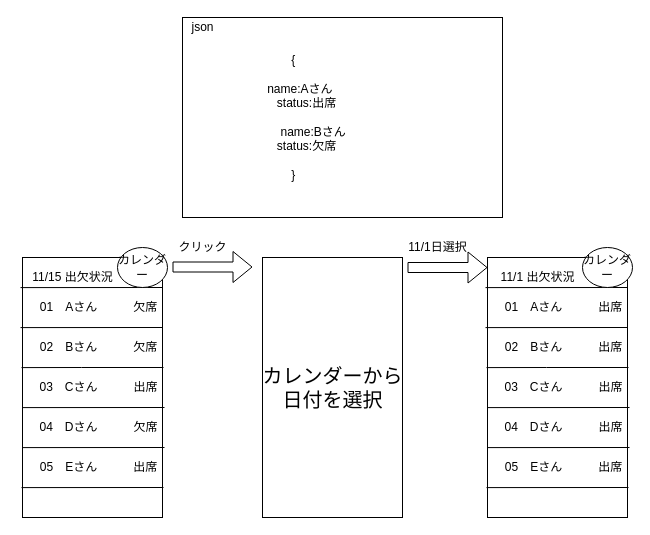
Before: Untitled Diagram.drawio in otakouki/hkk, a draw.io diagram. Source tidied: cells renumbered, new cells numbered last; positions are measured from the earlier drawing's top-left corner, leaving out a move shared by most shapes. Both pictures are drawn from the tidied source at 100%, with x=0, y=0 at pixel (17, 17).
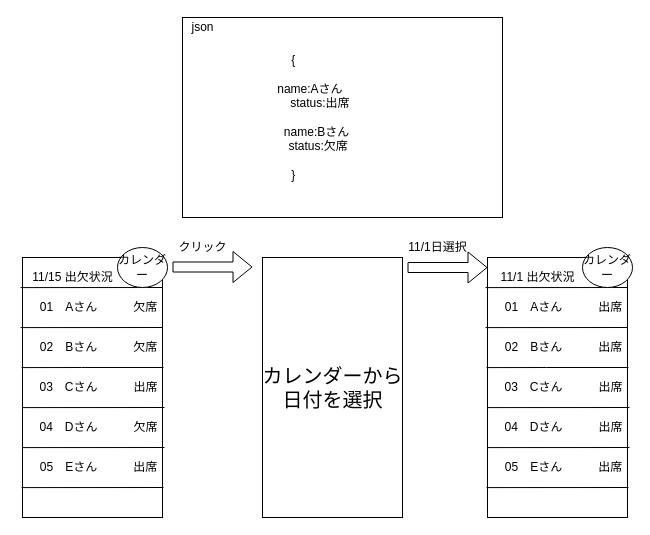
Above is the later version.

The edit, as a diff of the source:
```diff
@@
-    <mxCell id="37" value="&lt;span style=&quot;white-space: pre&quot;&gt; &lt;/span&gt;{&lt;br&gt;&lt;span style=&quot;white-space: pre&quot;&gt; &lt;/span&gt;&lt;br&gt;&lt;span style=&quot;white-space: pre&quot;&gt; &lt;/span&gt;&lt;span style=&quot;white-space: pre&quot;&gt; &lt;/span&gt;&lt;span style=&quot;white-space: pre&quot;&gt; &lt;/span&gt;&amp;nbsp;&lt;span style=&quot;white-space: pre&quot;&gt; &lt;/span&gt;name:Aさん&lt;br&gt;&lt;span style=&quot;white-space: pre&quot;&gt; &lt;/span&gt;&lt;span style=&quot;white-space: pre&quot;&gt; &lt;/span&gt;&lt;span style=&quot;white-space: pre&quot;&gt; &amp;nbsp;&lt;/span&gt;&amp;nbsp; &amp;nbsp; &amp;nbsp;status:出席&lt;br&gt;&lt;span style=&quot;white-space: pre&quot;&gt; &lt;/span&gt;&lt;br&gt;&lt;span style=&quot;white-space: pre&quot;&gt; &amp;nbsp;&lt;/span&gt;&amp;nbsp; &amp;nbsp;&amp;nbsp;&lt;span style=&quot;white-space: pre&quot;&gt; &lt;/span&gt;&amp;nbsp; &amp;nbsp; &lt;span style=&quot;white-space: pre&quot;&gt; &lt;/span&gt;&lt;span style=&quot;white-space: pre&quot;&gt; &lt;/span&gt;name:Bさん&lt;br&gt;&lt;span style=&quot;white-space: pre&quot;&gt; &lt;/span&gt;&lt;span style=&quot;white-space: pre&quot;&gt; &lt;/span&gt;&lt;span style=&quot;white-space: pre&quot;&gt; &lt;/span&gt;&amp;nbsp; &amp;nbsp; &amp;nbsp; status:欠席&lt;br&gt;&lt;span style=&quot;white-space: pre&quot;&gt; &lt;/span&gt;&lt;br&gt;&lt;span style=&quot;white-space: pre&quot;&gt; &lt;/span&gt;}" style="text;html=1;align=center;verticalAlign=middle;fillColor=none;strokeColor=none;rounded=0;rotation=0;" parent="1" vertex="1">
-      <mxGeometry x="179" y="35" width="190" height="130" as="geometry" />
+    <mxCell id="37" value="&lt;span style=&quot;white-space: pre&quot;&gt; &lt;/span&gt;{&lt;br&gt;&lt;span style=&quot;white-space: pre&quot;&gt; &lt;/span&gt;&lt;br&gt;&lt;span style=&quot;white-space: pre&quot;&gt; &lt;/span&gt;&lt;span style=&quot;white-space: pre&quot;&gt; &lt;/span&gt;&lt;span style=&quot;white-space: pre&quot;&gt; &lt;/span&gt;&amp;nbsp;&lt;span style=&quot;white-space: pre&quot;&gt; &lt;span style=&quot;white-space: pre&quot;&gt; &lt;/span&gt;   &lt;span style=&quot;white-space: pre&quot;&gt; &lt;/span&gt;&lt;span style=&quot;white-space: pre&quot;&gt; &lt;/span&gt;&lt;/span&gt;name:Aさん&lt;br&gt;&lt;span style=&quot;white-space: pre&quot;&gt; &lt;/span&gt;&lt;span style=&quot;white-space: pre&quot;&gt; &lt;/span&gt;&lt;span style=&quot;white-space: pre&quot;&gt; &amp;nbsp;&lt;/span&gt;&amp;nbsp; &amp;nbsp; &amp;nbsp;&lt;span style=&quot;white-space: pre&quot;&gt; &lt;/span&gt;&amp;nbsp; &amp;nbsp; &amp;nbsp; &amp;nbsp;status:出席&lt;br&gt;&lt;span style=&quot;white-space: pre&quot;&gt; &lt;/span&gt;&lt;br&gt;&lt;span style=&quot;white-space: pre&quot;&gt; &amp;nbsp;&lt;/span&gt;&amp;nbsp; &amp;nbsp;&amp;nbsp;&lt;span style=&quot;white-space: pre&quot;&gt; &lt;/span&gt;&amp;nbsp; &amp;nbsp; &lt;span style=&quot;white-space: pre&quot;&gt; &lt;/span&gt;&lt;span style=&quot;white-space: pre&quot;&gt; &lt;span style=&quot;white-space: pre&quot;&gt; &lt;/span&gt;&lt;span style=&quot;white-space: pre&quot;&gt; &lt;/span&gt;&lt;/span&gt;name:Bさん&lt;br&gt;&lt;span style=&quot;white-space: pre&quot;&gt; &lt;/span&gt;&lt;span style=&quot;white-space: pre&quot;&gt; &lt;/span&gt;&lt;span style=&quot;white-space: pre&quot;&gt; &lt;/span&gt;&amp;nbsp; &amp;nbsp; &amp;nbsp; &lt;span style=&quot;white-space: pre&quot;&gt; &lt;/span&gt;&amp;nbsp; &amp;nbsp; &amp;nbsp; status:欠席&lt;br&gt;&lt;span style=&quot;white-space: pre&quot;&gt; &lt;/span&gt;&lt;br&gt;&lt;span style=&quot;white-space: pre&quot;&gt; &lt;/span&gt;}" style="text;html=1;align=center;verticalAlign=middle;fillColor=none;strokeColor=none;rounded=0;rotation=0;" parent="1" vertex="1">
+      <mxGeometry x="194" y="35" width="160" height="130" as="geometry" />
     </mxCell>
```
